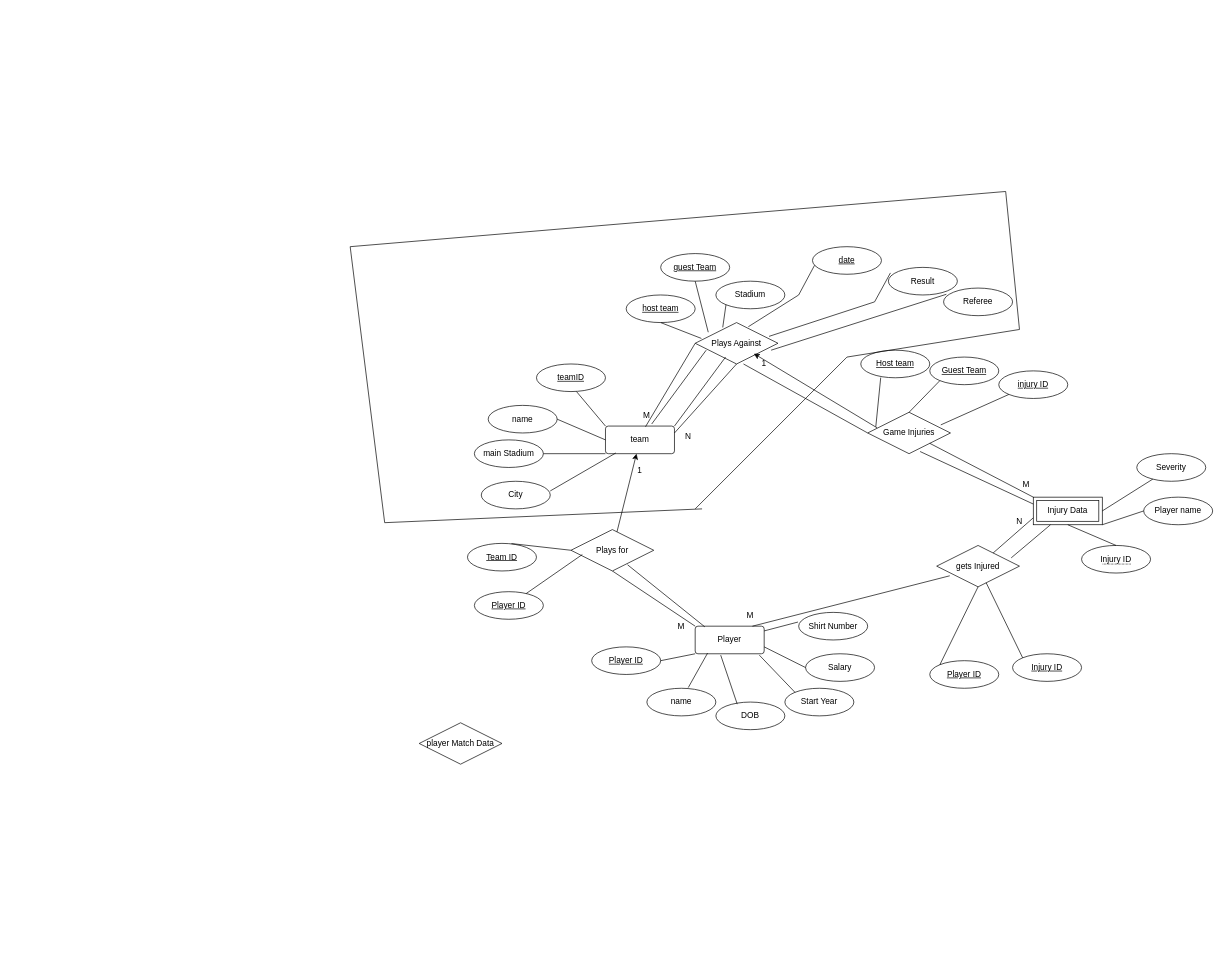
This is Untitled Diagram.drawio from alec202/CIS353ERDiagramAssignment, a draw.io file, before an edit. Source tidied: cells renumbered, new cells numbered last; positions are measured from the earlier drawing's top-left corner, leaving out a move shared by most shapes. Both pictures are drawn from the tidied source at 69%, with x=0, y=0 at pixel (350, 191).
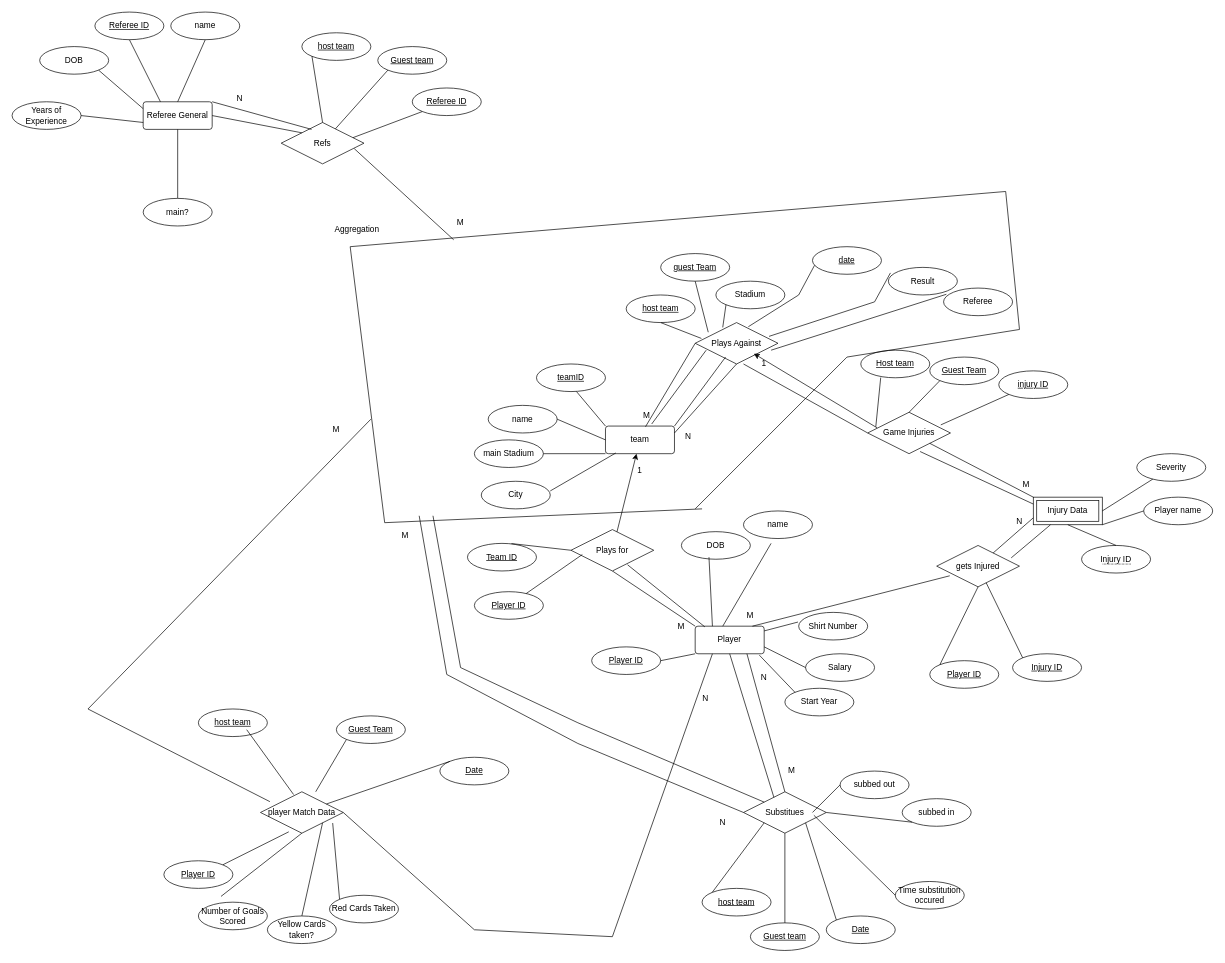
The same page after the edit.

Unchanged cells that the change refers to:
```xml
<mxCell id="11" value="Player" style="rounded=1;arcSize=10;whiteSpace=wrap;html=1;align=center;" parent="1" vertex="1">
  <mxGeometry x="500" y="630" width="100" height="40" as="geometry" />
</mxCell>
```

Change to the diagram source:
```diff
@@
     <mxCell id="19" value="name" style="ellipse;whiteSpace=wrap;html=1;align=center;" parent="1" vertex="1">
-      <mxGeometry x="430" y="720" width="100" height="40" as="geometry" />
+      <mxGeometry x="570" y="463" width="100" height="40" as="geometry" />
     </mxCell>
-    <mxCell id="20" style="endArrow=none;html=1;rounded=0;entryX=0.18;entryY=0.975;entryDx=0;entryDy=0;entryPerimeter=0;exitX=0.6;exitY=-0.025;exitDx=0;exitDy=0;exitPerimeter=0;" parent="1" edge="1" source="19" target="11">
-      <mxGeometry relative="1" as="geometry" />
+    <mxCell id="20" style="endArrow=none;html=1;rounded=0;" parent="1" edge="1">
+      <mxGeometry relative="1" as="geometry">
+        <mxPoint x="610" y="510" as="sourcePoint" />
+        <mxPoint x="540" y="630" as="targetPoint" />
+      </mxGeometry>
     </mxCell>
     <mxCell id="21" value="DOB" style="ellipse;whiteSpace=wrap;html=1;align=center;" parent="1" vertex="1">
-      <mxGeometry x="530" y="740" width="100" height="40" as="geometry" />
+      <mxGeometry x="480" y="493" width="100" height="40" as="geometry" />
     </mxCell>
-    <mxCell id="22" style="endArrow=none;html=1;rounded=0;entryX=0.37;entryY=1.05;entryDx=0;entryDy=0;entryPerimeter=0;exitX=0.31;exitY=0.075;exitDx=0;exitDy=0;exitPerimeter=0;" parent="1" edge="1" source="21" target="11">
-      <mxGeometry relative="1" as="geometry" />
+    <mxCell id="22" style="endArrow=none;html=1;rounded=0;entryX=0.25;entryY=0;entryDx=0;entryDy=0;" parent="1" edge="1" target="11">
+      <mxGeometry relative="1" as="geometry">
+        <mxPoint x="520" y="530" as="sourcePoint" />
+      </mxGeometry>
     </mxCell>
@@
     <mxCell id="73" value="player Match Data" style="shape=rhombus;perimeter=rhombusPerimeter;whiteSpace=wrap;html=1;align=center;" parent="1" vertex="1">
-      <mxGeometry x="100" y="770" width="120" height="60" as="geometry" />
+      <mxGeometry x="-130" y="870" width="120" height="60" as="geometry" />
     </mxCell>
@@
+    <mxCell id="85" style="endArrow=none;html=1;rounded=0;exitX=1;exitY=0.5;exitDx=0;exitDy=0;entryX=0.25;entryY=1;entryDx=0;entryDy=0;" parent="1" edge="1" source="73" target="11">
+      <mxGeometry relative="1" as="geometry">
+        <Array as="points">
+          <mxPoint x="180" y="1070" />
+          <mxPoint x="380" y="1080" />
+        </Array>
+      </mxGeometry>
+    </mxCell>
+    <mxCell id="86" style="endArrow=none;html=1;rounded=0;exitX=0.114;exitY=0.239;exitDx=0;exitDy=0;exitPerimeter=0;" parent="1" edge="1" source="73">
+      <mxGeometry relative="1" as="geometry">
+        <mxPoint x="30" y="330" as="targetPoint" />
+        <Array as="points">
+          <mxPoint x="-380" y="750" />
+        </Array>
+      </mxGeometry>
+    </mxCell>
+    <mxCell id="87" value="Aggregation" style="text;strokeColor=none;align=center;fillColor=none;html=1;verticalAlign=middle;whiteSpace=wrap;rounded=0;" parent="1" vertex="1">
+      <mxGeometry x="-20" y="40" width="60" height="30" as="geometry" />
+    </mxCell>
+    <mxCell id="88" value="Player ID" style="ellipse;whiteSpace=wrap;html=1;align=center;fontStyle=4;" parent="1" vertex="1">
+      <mxGeometry x="-270" y="970" width="100" height="40" as="geometry" />
+    </mxCell>
+    <mxCell id="89" style="endArrow=none;html=1;rounded=0;exitX=1;exitY=0;exitDx=0;exitDy=0;entryX=0.342;entryY=0.967;entryDx=0;entryDy=0;entryPerimeter=0;" parent="1" edge="1" source="88" target="73">
+      <mxGeometry relative="1" as="geometry" />
+    </mxCell>
+    <mxCell id="90" value="M" style="text;strokeColor=none;align=center;fillColor=none;html=1;verticalAlign=middle;whiteSpace=wrap;rounded=0;" parent="1" vertex="1">
+      <mxGeometry x="-50" y="330" width="60" height="30" as="geometry" />
+    </mxCell>
+    <mxCell id="91" value="N" style="text;strokeColor=none;align=center;fillColor=none;html=1;verticalAlign=middle;whiteSpace=wrap;rounded=0;" parent="1" vertex="1">
+      <mxGeometry x="485" y="720" width="60" height="30" as="geometry" />
+    </mxCell>
+    <mxCell id="92" value="Number of Goals Scored" style="ellipse;whiteSpace=wrap;html=1;align=center;" parent="1" vertex="1">
+      <mxGeometry x="-220" y="1030" width="100" height="40" as="geometry" />
+    </mxCell>
+    <mxCell id="93" style="endArrow=none;html=1;rounded=0;entryX=0.5;entryY=1;entryDx=0;entryDy=0;exitX=0.328;exitY=-0.209;exitDx=0;exitDy=0;exitPerimeter=0;" parent="1" edge="1" source="92" target="73">
+      <mxGeometry relative="1" as="geometry" />
+    </mxCell>
+    <mxCell id="94" value="Yellow Cards taken?" style="ellipse;whiteSpace=wrap;html=1;align=center;" parent="1" vertex="1">
+      <mxGeometry x="-120" y="1050" width="100" height="40" as="geometry" />
+    </mxCell>
+    <mxCell id="95" style="endArrow=none;html=1;rounded=0;entryX=1;entryY=1;entryDx=0;entryDy=0;exitX=0.5;exitY=0;exitDx=0;exitDy=0;" parent="1" edge="1" source="94" target="73">
+      <mxGeometry relative="1" as="geometry" />
+    </mxCell>
+    <mxCell id="96" value="Red Cards Taken" style="ellipse;whiteSpace=wrap;html=1;align=center;" parent="1" vertex="1">
+      <mxGeometry x="-30" y="1020" width="100" height="40" as="geometry" />
+    </mxCell>
+    <mxCell id="97" style="endArrow=none;html=1;rounded=0;entryX=0.872;entryY=0.755;entryDx=0;entryDy=0;entryPerimeter=0;exitX=0;exitY=0;exitDx=0;exitDy=0;" parent="1" edge="1" source="96" target="73">
+      <mxGeometry relative="1" as="geometry" />
+    </mxCell>
+    <mxCell id="98" value="Substitues" style="shape=rhombus;perimeter=rhombusPerimeter;whiteSpace=wrap;html=1;align=center;" parent="1" vertex="1">
+      <mxGeometry x="570" y="870" width="120" height="60" as="geometry" />
+    </mxCell>
+    <mxCell id="99" value="host team" style="ellipse;whiteSpace=wrap;html=1;align=center;fontStyle=4;" parent="1" vertex="1">
+      <mxGeometry x="-220" y="750" width="100" height="40" as="geometry" />
+    </mxCell>
+    <mxCell id="100" value="Guest Team" style="ellipse;whiteSpace=wrap;html=1;align=center;fontStyle=4;" parent="1" vertex="1">
+      <mxGeometry x="-20" y="760" width="100" height="40" as="geometry" />
+    </mxCell>
+    <mxCell id="101" value="Date" style="ellipse;whiteSpace=wrap;html=1;align=center;fontStyle=4;" parent="1" vertex="1">
+      <mxGeometry x="130" y="820" width="100" height="40" as="geometry" />
+    </mxCell>
+    <mxCell id="102" style="endArrow=none;html=1;rounded=0;entryX=0;entryY=0;entryDx=0;entryDy=0;" parent="1" edge="1" source="73" target="101">
+      <mxGeometry relative="1" as="geometry" />
+    </mxCell>
+    <mxCell id="103" style="endArrow=none;html=1;rounded=0;entryX=0;entryY=1;entryDx=0;entryDy=0;exitX=0.667;exitY=0;exitDx=0;exitDy=0;exitPerimeter=0;" parent="1" edge="1" source="73" target="100">
+      <mxGeometry relative="1" as="geometry" />
+    </mxCell>
+    <mxCell id="104" style="endArrow=none;html=1;rounded=0;exitX=0.4;exitY=0.067;exitDx=0;exitDy=0;exitPerimeter=0;" parent="1" edge="1" source="73">
+      <mxGeometry relative="1" as="geometry">
+        <mxPoint x="-150" y="780" as="targetPoint" />
+      </mxGeometry>
+    </mxCell>
+    <mxCell id="105" style="endArrow=none;html=1;rounded=0;entryX=0.75;entryY=1;entryDx=0;entryDy=0;exitX=0.5;exitY=0;exitDx=0;exitDy=0;" parent="1" edge="1" source="98" target="11">
+      <mxGeometry relative="1" as="geometry" />
+    </mxCell>
+    <mxCell id="106" style="endArrow=none;html=1;rounded=0;entryX=0.5;entryY=1;entryDx=0;entryDy=0;exitX=0.367;exitY=0.133;exitDx=0;exitDy=0;exitPerimeter=0;" parent="1" edge="1" source="98" target="11">
+      <mxGeometry relative="1" as="geometry" />
+    </mxCell>
+    <mxCell id="107" value="M" style="text;strokeColor=none;align=center;fillColor=none;html=1;verticalAlign=middle;whiteSpace=wrap;rounded=0;" parent="1" vertex="1">
+      <mxGeometry x="610" y="825" width="60" height="30" as="geometry" />
+    </mxCell>
+    <mxCell id="108" value="N" style="text;strokeColor=none;align=center;fillColor=none;html=1;verticalAlign=middle;whiteSpace=wrap;rounded=0;" parent="1" vertex="1">
+      <mxGeometry x="570" y="690" width="60" height="30" as="geometry" />
+    </mxCell>
+    <mxCell id="109" style="endArrow=none;html=1;rounded=0;entryX=0;entryY=0.5;entryDx=0;entryDy=0;" parent="1" edge="1" target="98">
+      <mxGeometry relative="1" as="geometry">
+        <mxPoint x="100" y="470" as="sourcePoint" />
+        <Array as="points">
+          <mxPoint x="140" y="700" />
+          <mxPoint x="330" y="800" />
+        </Array>
+      </mxGeometry>
+    </mxCell>
+    <mxCell id="110" value="M" style="text;strokeColor=none;align=center;fillColor=none;html=1;verticalAlign=middle;whiteSpace=wrap;rounded=0;" parent="1" vertex="1">
+      <mxGeometry x="50" y="483" width="60" height="30" as="geometry" />
+    </mxCell>
+    <mxCell id="111" style="endArrow=none;html=1;rounded=0;entryX=0;entryY=0;entryDx=0;entryDy=0;" parent="1" edge="1" target="98">
+      <mxGeometry relative="1" as="geometry">
+        <mxPoint x="120" y="470" as="sourcePoint" />
+        <Array as="points">
+          <mxPoint x="160" y="690" />
+          <mxPoint x="330" y="770" />
+        </Array>
+      </mxGeometry>
+    </mxCell>
+    <mxCell id="112" value="N" style="text;strokeColor=none;align=center;fillColor=none;html=1;verticalAlign=middle;whiteSpace=wrap;rounded=0;" parent="1" vertex="1">
+      <mxGeometry x="510" y="900" width="60" height="30" as="geometry" />
+    </mxCell>
+    <mxCell id="113" value="host team" style="ellipse;whiteSpace=wrap;html=1;align=center;fontStyle=4;" parent="1" vertex="1">
+      <mxGeometry x="510" y="1010" width="100" height="40" as="geometry" />
+    </mxCell>
+    <mxCell id="114" style="endArrow=none;html=1;rounded=0;entryX=0;entryY=1;entryDx=0;entryDy=0;exitX=0;exitY=0;exitDx=0;exitDy=0;" parent="1" edge="1" source="113" target="98">
+      <mxGeometry relative="1" as="geometry" />
+    </mxCell>
+    <mxCell id="115" value="Guest team" style="ellipse;whiteSpace=wrap;html=1;align=center;fontStyle=4;" parent="1" vertex="1">
+      <mxGeometry x="580" y="1060" width="100" height="40" as="geometry" />
+    </mxCell>
+    <mxCell id="116" style="endArrow=none;html=1;rounded=0;entryX=0.5;entryY=1;entryDx=0;entryDy=0;exitX=0.5;exitY=0;exitDx=0;exitDy=0;" parent="1" edge="1" source="115" target="98">
+      <mxGeometry relative="1" as="geometry" />
+    </mxCell>
+    <mxCell id="117" value="Date" style="ellipse;whiteSpace=wrap;html=1;align=center;fontStyle=4;" parent="1" vertex="1">
+      <mxGeometry x="690" y="1050" width="100" height="40" as="geometry" />
+    </mxCell>
+    <mxCell id="118" style="endArrow=none;html=1;rounded=0;entryX=1;entryY=1;entryDx=0;entryDy=0;exitX=0;exitY=0;exitDx=0;exitDy=0;" parent="1" edge="1" source="117" target="98">
+      <mxGeometry relative="1" as="geometry" />
+    </mxCell>
+    <mxCell id="119" value="subbed in" style="ellipse;whiteSpace=wrap;html=1;align=center;" parent="1" vertex="1">
+      <mxGeometry x="800" y="880" width="100" height="40" as="geometry" />
+    </mxCell>
+    <mxCell id="120" style="endArrow=none;html=1;rounded=0;entryX=1;entryY=0.5;entryDx=0;entryDy=0;exitX=0;exitY=1;exitDx=0;exitDy=0;" parent="1" edge="1" source="119" target="98">
+      <mxGeometry relative="1" as="geometry" />
+    </mxCell>
+    <mxCell id="121" value="subbed out" style="ellipse;whiteSpace=wrap;html=1;align=center;" parent="1" vertex="1">
+      <mxGeometry x="710" y="840" width="100" height="40" as="geometry" />
+    </mxCell>
+    <mxCell id="122" style="endArrow=none;html=1;rounded=0;entryX=0;entryY=0.5;entryDx=0;entryDy=0;" parent="1" edge="1" target="121">
+      <mxGeometry relative="1" as="geometry">
+        <mxPoint x="670" y="900" as="sourcePoint" />
+      </mxGeometry>
+    </mxCell>
+    <mxCell id="123" value="Time substitution occured" style="ellipse;whiteSpace=wrap;html=1;align=center;" parent="1" vertex="1">
+      <mxGeometry x="790" y="1000" width="100" height="40" as="geometry" />
+    </mxCell>
+    <mxCell id="124" style="endArrow=none;html=1;rounded=0;entryX=0;entryY=0.5;entryDx=0;entryDy=0;exitX=0.85;exitY=0.567;exitDx=0;exitDy=0;exitPerimeter=0;" parent="1" edge="1" source="98" target="123">
+      <mxGeometry relative="1" as="geometry" />
+    </mxCell>
+    <mxCell id="125" value="Referee General" style="rounded=1;arcSize=10;whiteSpace=wrap;html=1;align=center;" parent="1" vertex="1">
+      <mxGeometry x="-300" y="-130" width="100" height="40" as="geometry" />
+    </mxCell>
+    <mxCell id="126" style="endArrow=none;html=1;rounded=0;exitX=0.5;exitY=0;exitDx=0;exitDy=0;" parent="1" edge="1">
+      <mxGeometry relative="1" as="geometry">
+        <mxPoint x="-250" y="10" as="sourcePoint" />
+        <mxPoint x="-250" y="-90" as="targetPoint" />
+      </mxGeometry>
+    </mxCell>
+    <mxCell id="127" value="Referee ID" style="ellipse;whiteSpace=wrap;html=1;align=center;fontStyle=4;" parent="1" vertex="1">
+      <mxGeometry x="-370" y="-260" width="100" height="40" as="geometry" />
+    </mxCell>
+    <mxCell id="128" style="endArrow=none;html=1;rounded=0;entryX=0.5;entryY=1;entryDx=0;entryDy=0;exitX=0.25;exitY=0;exitDx=0;exitDy=0;" parent="1" edge="1" source="125" target="127">
+      <mxGeometry relative="1" as="geometry" />
+    </mxCell>
+    <mxCell id="129" value="name" style="ellipse;whiteSpace=wrap;html=1;align=center;" parent="1" vertex="1">
+      <mxGeometry x="-260" y="-260" width="100" height="40" as="geometry" />
+    </mxCell>
+    <mxCell id="130" value="DOB" style="ellipse;whiteSpace=wrap;html=1;align=center;" parent="1" vertex="1">
+      <mxGeometry x="-450" y="-210" width="100" height="40" as="geometry" />
+    </mxCell>
+    <mxCell id="131" style="endArrow=none;html=1;rounded=0;entryX=0;entryY=0.25;entryDx=0;entryDy=0;exitX=1;exitY=1;exitDx=0;exitDy=0;" parent="1" edge="1" source="130" target="125">
+      <mxGeometry relative="1" as="geometry" />
+    </mxCell>
+    <mxCell id="132" value="Years of Experience" style="ellipse;whiteSpace=wrap;html=1;align=center;" parent="1" vertex="1">
+      <mxGeometry x="-490" y="-130" width="100" height="40" as="geometry" />
+    </mxCell>
+    <mxCell id="133" style="endArrow=none;html=1;rounded=0;entryX=0;entryY=0.75;entryDx=0;entryDy=0;exitX=1;exitY=0.5;exitDx=0;exitDy=0;" parent="1" edge="1" source="132" target="125">
+      <mxGeometry relative="1" as="geometry" />
+    </mxCell>
+    <mxCell id="134" value="main?" style="ellipse;whiteSpace=wrap;html=1;align=center;" parent="1" vertex="1">
+      <mxGeometry x="-300" y="10" width="100" height="40" as="geometry" />
+    </mxCell>
+    <mxCell id="135" value="Refs" style="shape=rhombus;perimeter=rhombusPerimeter;whiteSpace=wrap;html=1;align=center;" parent="1" vertex="1">
+      <mxGeometry x="-100" y="-100" width="120" height="60" as="geometry" />
+    </mxCell>
+    <mxCell id="136" style="endArrow=none;html=1;rounded=0;entryX=0.883;entryY=0.633;entryDx=0;entryDy=0;entryPerimeter=0;" parent="1" edge="1" target="135">
+      <mxGeometry relative="1" as="geometry">
+        <mxPoint x="150" y="70" as="sourcePoint" />
+      </mxGeometry>
+    </mxCell>
+    <mxCell id="137" style="endArrow=none;html=1;rounded=0;exitX=1;exitY=0;exitDx=0;exitDy=0;entryX=0.367;entryY=0.167;entryDx=0;entryDy=0;entryPerimeter=0;" parent="1" edge="1" source="125" target="135">
+      <mxGeometry relative="1" as="geometry" />
+    </mxCell>
+    <mxCell id="138" value="M" style="text;strokeColor=none;align=center;fillColor=none;html=1;verticalAlign=middle;whiteSpace=wrap;rounded=0;" parent="1" vertex="1">
+      <mxGeometry x="130" y="30" width="60" height="30" as="geometry" />
+    </mxCell>
+    <mxCell id="139" value="N" style="text;strokeColor=none;align=center;fillColor=none;html=1;verticalAlign=middle;whiteSpace=wrap;rounded=0;" parent="1" vertex="1">
+      <mxGeometry x="-190" y="-150" width="60" height="30" as="geometry" />
+    </mxCell>
+    <mxCell id="140" style="endArrow=none;html=1;rounded=0;entryX=0.5;entryY=1;entryDx=0;entryDy=0;exitX=0.5;exitY=0;exitDx=0;exitDy=0;" parent="1" edge="1" source="125" target="129">
+      <mxGeometry relative="1" as="geometry" />
+    </mxCell>
+    <mxCell id="141" style="endArrow=none;html=1;rounded=0;entryX=1;entryY=0.5;entryDx=0;entryDy=0;exitX=0;exitY=0;exitDx=0;exitDy=0;" parent="1" edge="1" source="135" target="125">
+      <mxGeometry relative="1" as="geometry" />
+    </mxCell>
+    <mxCell id="142" value="host team" style="ellipse;whiteSpace=wrap;html=1;align=center;fontStyle=4;" parent="1" vertex="1">
+      <mxGeometry x="-70" y="-230" width="100" height="40" as="geometry" />
+    </mxCell>
+    <mxCell id="143" style="endArrow=none;html=1;rounded=0;entryX=0;entryY=1;entryDx=0;entryDy=0;exitX=0.5;exitY=0;exitDx=0;exitDy=0;" parent="1" edge="1" source="135" target="142">
+      <mxGeometry relative="1" as="geometry" />
+    </mxCell>
+    <mxCell id="144" value="Guest team" style="ellipse;whiteSpace=wrap;html=1;align=center;fontStyle=4;" parent="1" vertex="1">
+      <mxGeometry x="40" y="-210" width="100" height="40" as="geometry" />
+    </mxCell>
+    <mxCell id="145" style="endArrow=none;html=1;rounded=0;entryX=0;entryY=1;entryDx=0;entryDy=0;" parent="1" edge="1" source="135" target="144">
+      <mxGeometry relative="1" as="geometry" />
+    </mxCell>
+    <mxCell id="146" value="Referee ID" style="ellipse;whiteSpace=wrap;html=1;align=center;fontStyle=4;" parent="1" vertex="1">
+      <mxGeometry x="90" y="-150" width="100" height="40" as="geometry" />
+    </mxCell>
+    <mxCell id="147" style="endArrow=none;html=1;rounded=0;entryX=0;entryY=1;entryDx=0;entryDy=0;exitX=0.867;exitY=0.367;exitDx=0;exitDy=0;exitPerimeter=0;" parent="1" edge="1" source="135" target="146">
+      <mxGeometry relative="1" as="geometry" />
+    </mxCell>
```
